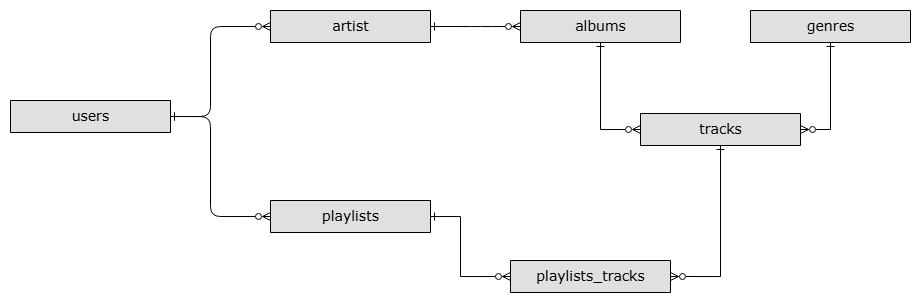
The draw.io diagram models/concept.drawio.png in notjik/mipt-db-project, before a commit. Source tidied: cells renumbered, new cells last; positions are measured from the earlier drawing's top-left corner, leaving out a move shared by most shapes.
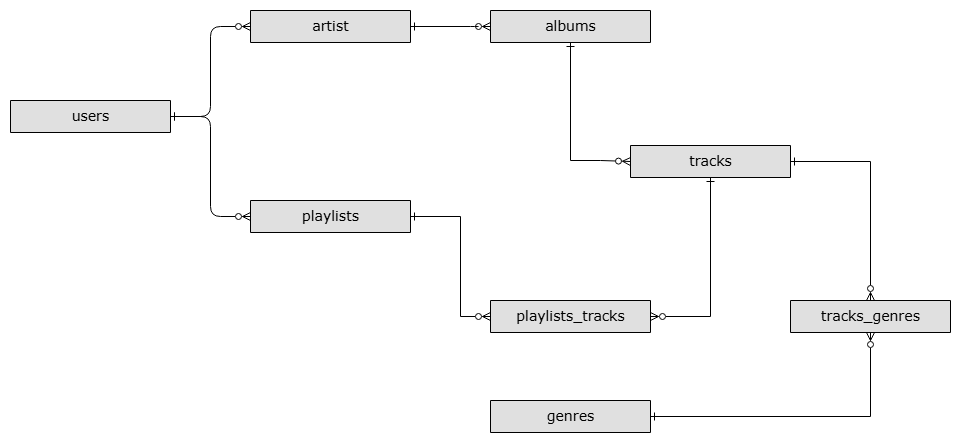
Above is the later version.

Commit message:
fix big fail (lose M:N in track_genres)

Diff of the diagram source:
```diff
@@ -6,10 +6,10 @@
       <mxGeometry y="90" width="160" height="32" as="geometry" />
     </mxCell>
     <mxCell id="3" value="artist" style="swimlane;html=1;fontStyle=0;horizontal=1;startSize=32;fillColor=#e0e0e0;swimlaneFillColor=#ffffff;align=center;rounded=0;shadow=0;comic=0;labelBackgroundColor=none;strokeWidth=1;fontFamily=Verdana;fontSize=14;" parent="1" vertex="1">
-      <mxGeometry x="260" width="160" height="32" as="geometry" />
+      <mxGeometry x="240" width="160" height="32" as="geometry" />
     </mxCell>
     <mxCell id="4" value="playlists" style="swimlane;html=1;fontStyle=0;horizontal=1;startSize=32;fillColor=#e0e0e0;swimlaneFillColor=#ffffff;align=center;rounded=0;shadow=0;comic=0;labelBackgroundColor=none;strokeWidth=1;fontFamily=Verdana;fontSize=14;" parent="1" vertex="1">
-      <mxGeometry x="260" y="190" width="160" height="32" as="geometry" />
+      <mxGeometry x="240" y="190" width="160" height="32" as="geometry" />
     </mxCell>
     <mxCell id="5" style="edgeStyle=orthogonalEdgeStyle;html=1;endArrow=ERzeroToMany;startArrow=ERone;labelBackgroundColor=none;fontFamily=Verdana;fontSize=14;entryX=0;entryY=0.5;exitX=1;exitY=0.5;exitDx=0;exitDy=0;entryDx=0;entryDy=0;endFill=0;startFill=0;" parent="1" edge="1" source="2" target="3">
       <mxGeometry relative="1" as="geometry">
@@ -28,7 +28,7 @@
       </mxGeometry>
     </mxCell>
     <mxCell id="7" value="albums" style="swimlane;html=1;fontStyle=0;horizontal=1;startSize=32;fillColor=#e0e0e0;swimlaneFillColor=#ffffff;align=center;rounded=0;shadow=0;comic=0;labelBackgroundColor=none;strokeWidth=1;fontFamily=Verdana;fontSize=14;" parent="1" vertex="1">
-      <mxGeometry x="510" width="160" height="32" as="geometry" />
+      <mxGeometry x="480" width="160" height="32" as="geometry" />
     </mxCell>
     <mxCell id="8" style="edgeStyle=orthogonalEdgeStyle;html=1;endArrow=ERzeroToMany;startArrow=ERone;labelBackgroundColor=none;fontFamily=Verdana;fontSize=14;entryX=0;entryY=0.5;exitX=1;exitY=0.5;exitDx=0;exitDy=0;entryDx=0;entryDy=0;endFill=0;startFill=0;" parent="1" edge="1" source="3" target="7">
       <mxGeometry relative="1" as="geometry">
@@ -39,42 +39,52 @@
       </mxGeometry>
     </mxCell>
     <mxCell id="9" value="genres" style="swimlane;html=1;fontStyle=0;horizontal=1;startSize=32;fillColor=#e0e0e0;swimlaneFillColor=#ffffff;align=center;rounded=0;shadow=0;comic=0;labelBackgroundColor=none;strokeWidth=1;fontFamily=Verdana;fontSize=14;" parent="1" vertex="1">
-      <mxGeometry x="740" width="160" height="32" as="geometry" />
+      <mxGeometry x="480" y="390" width="160" height="32" as="geometry" />
     </mxCell>
     <mxCell id="10" value="tracks" style="swimlane;html=1;fontStyle=0;horizontal=1;startSize=32;fillColor=#e0e0e0;swimlaneFillColor=#ffffff;align=center;rounded=0;shadow=0;comic=0;labelBackgroundColor=none;strokeWidth=1;fontFamily=Verdana;fontSize=14;" parent="1" vertex="1">
-      <mxGeometry x="630" y="103" width="160" height="32" as="geometry" />
+      <mxGeometry x="620" y="135" width="160" height="32" as="geometry" />
     </mxCell>
-    <mxCell id="11" style="edgeStyle=orthogonalEdgeStyle;html=1;endArrow=ERzeroToMany;startArrow=ERone;labelBackgroundColor=none;fontFamily=Verdana;fontSize=14;entryX=1;entryY=0.5;exitX=0.5;exitY=1;exitDx=0;exitDy=0;entryDx=0;entryDy=0;endFill=0;startFill=0;rounded=0;" parent="1" edge="1" source="9" target="10">
-      <mxGeometry relative="1" as="geometry">
-        <Array as="points">
-          <mxPoint x="820" y="119" />
-        </Array>
-      </mxGeometry>
-    </mxCell>
     <mxCell id="12" value="playlists_tracks" style="swimlane;html=1;fontStyle=0;horizontal=1;startSize=32;fillColor=#e0e0e0;swimlaneFillColor=#ffffff;align=center;rounded=0;shadow=0;comic=0;labelBackgroundColor=none;strokeWidth=1;fontFamily=Verdana;fontSize=14;" parent="1" vertex="1">
-      <mxGeometry x="500" y="250" width="160" height="32" as="geometry" />
+      <mxGeometry x="480" y="290" width="160" height="32" as="geometry" />
     </mxCell>
     <mxCell id="13" style="edgeStyle=orthogonalEdgeStyle;html=1;endArrow=ERzeroToMany;startArrow=ERone;labelBackgroundColor=none;fontFamily=Verdana;fontSize=14;entryX=0;entryY=0.5;exitX=1;exitY=0.5;exitDx=0;exitDy=0;entryDx=0;entryDy=0;endFill=0;startFill=0;rounded=0;" parent="1" edge="1" source="4" target="12">
       <mxGeometry relative="1" as="geometry">
         <Array as="points">
           <mxPoint x="450" y="206" />
-          <mxPoint x="450" y="266" />
+          <mxPoint x="450" y="306" />
         </Array>
       </mxGeometry>
     </mxCell>
     <mxCell id="14" style="edgeStyle=orthogonalEdgeStyle;html=1;endArrow=ERzeroToMany;startArrow=ERone;labelBackgroundColor=none;fontFamily=Verdana;fontSize=14;entryX=1;entryY=0.5;exitX=0.5;exitY=1;exitDx=0;exitDy=0;entryDx=0;entryDy=0;endFill=0;startFill=0;rounded=0;" parent="1" edge="1" source="10" target="12">
       <mxGeometry relative="1" as="geometry">
         <Array as="points">
-          <mxPoint x="710" y="266" />
+          <mxPoint x="700" y="306" />
         </Array>
       </mxGeometry>
     </mxCell>
     <mxCell id="15" style="edgeStyle=orthogonalEdgeStyle;html=1;endArrow=ERzeroToMany;startArrow=ERone;labelBackgroundColor=none;fontFamily=Verdana;fontSize=14;entryX=0;entryY=0.5;exitX=0.5;exitY=1;exitDx=0;exitDy=0;entryDx=0;entryDy=0;endFill=0;startFill=0;rounded=0;" parent="1" edge="1" source="7" target="10">
       <mxGeometry relative="1" as="geometry">
         <Array as="points">
-          <mxPoint x="590" y="119" />
+          <mxPoint x="590" y="150" />
         </Array>
       </mxGeometry>
     </mxCell>
+    <mxCell id="16" value="tracks_genres" style="swimlane;html=1;fontStyle=0;horizontal=1;startSize=32;fillColor=#e0e0e0;swimlaneFillColor=#ffffff;align=center;rounded=0;shadow=0;comic=0;labelBackgroundColor=none;strokeWidth=1;fontFamily=Verdana;fontSize=14;" parent="1" vertex="1">
+      <mxGeometry x="780" y="290" width="160" height="32" as="geometry" />
+    </mxCell>
+    <mxCell id="17" style="edgeStyle=orthogonalEdgeStyle;html=1;endArrow=ERzeroToMany;startArrow=ERone;labelBackgroundColor=none;fontFamily=Verdana;fontSize=14;entryX=0.5;entryY=0;exitX=1;exitY=0.5;exitDx=0;exitDy=0;entryDx=0;entryDy=0;endFill=0;startFill=0;rounded=0;" parent="1" edge="1" source="10" target="16">
+      <mxGeometry relative="1" as="geometry">
+        <Array as="points">
+          <mxPoint x="860" y="151" />
+        </Array>
+      </mxGeometry>
+    </mxCell>
+    <mxCell id="18" style="edgeStyle=orthogonalEdgeStyle;html=1;endArrow=ERzeroToMany;startArrow=ERone;labelBackgroundColor=none;fontFamily=Verdana;fontSize=14;entryX=0.5;entryY=1;exitX=1;exitY=0.5;exitDx=0;exitDy=0;entryDx=0;entryDy=0;endFill=0;startFill=0;rounded=0;" parent="1" edge="1" source="9" target="16">
+      <mxGeometry relative="1" as="geometry">
+        <Array as="points">
+          <mxPoint x="860" y="406" />
+        </Array>
+      </mxGeometry>
+    </mxCell>
   </root>
 </mxGraphModel>
```
